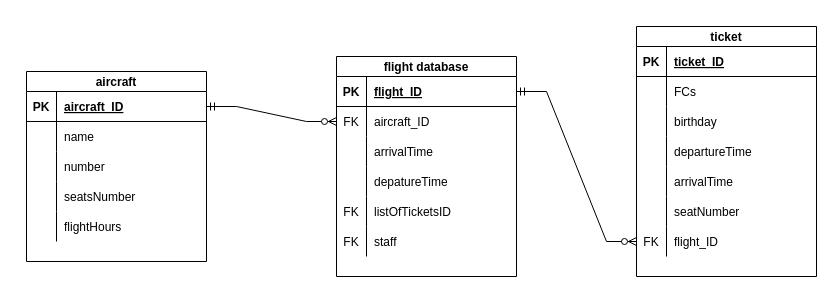
This is ERRR.drawio from 1DeMeNToR1/RocketModUpdater_32, a draw.io file, before an edit. Source tidied: cells renumbered, new cells numbered last; positions are measured from the earlier drawing's top-left corner, leaving out a move shared by most shapes. Both pictures are drawn from the tidied source at 100%, with x=0, y=0 at pixel (26, 26).
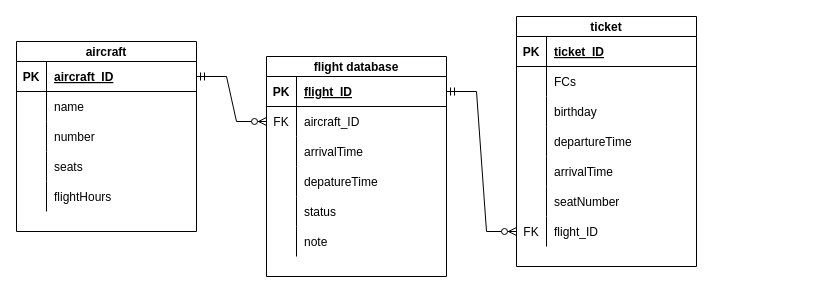
After the change.

Unchanged cells that the change refers to:
```xml
<mxCell id="12" style="shape=tableRow;horizontal=0;startSize=0;swimlaneHead=0;swimlaneBody=0;fillColor=none;top=0;left=0;right=0;bottom=0;" parent="2" vertex="1">
  <mxGeometry y="110" width="180" height="30" as="geometry" />
</mxCell>
<mxCell id="53" style="shape=tableRow;horizontal=0;startSize=0;swimlaneHead=0;swimlaneBody=0;fillColor=none;top=0;left=0;right=0;bottom=0;" parent="40" vertex="1">
  <mxGeometry y="140" width="180" height="30" as="geometry" />
</mxCell>
<mxCell id="56" style="shape=tableRow;horizontal=0;startSize=0;swimlaneHead=0;swimlaneBody=0;fillColor=none;top=0;left=0;right=0;bottom=0;" parent="40" vertex="1">
  <mxGeometry y="170" width="180" height="30" as="geometry" />
</mxCell>
```

Diff of the diagram source:
```diff
@@
     <mxCell id="2" value="aircraft" style="shape=table;startSize=20;childLayout=tableLayout;rowLines=0;fontStyle=1;align=center;" parent="1" vertex="1">
-      <mxGeometry y="45" width="180" height="190" as="geometry" />
+      <mxGeometry x="-10" y="15" width="180" height="190" as="geometry" />
     </mxCell>
@@
-    <mxCell id="14" value="seatsNumber" style="shape=partialRectangle;fillColor=none;top=0;left=0;bottom=0;right=0;align=left;spacingLeft=6;overflow=hidden;" parent="12" vertex="1">
+    <mxCell id="14" value="seats" style="shape=partialRectangle;fillColor=none;top=0;left=0;bottom=0;right=0;align=left;spacingLeft=6;overflow=hidden;" parent="12" vertex="1">
       <mxGeometry x="30" width="150" height="30" as="geometry" />
     </mxCell>
@@
     <mxCell id="18" value="ticket" style="shape=table;startSize=20;childLayout=tableLayout;rowLines=0;fontStyle=1;align=center;" parent="1" vertex="1">
-      <mxGeometry x="610" width="180" height="250" as="geometry" />
+      <mxGeometry x="490" y="-10" width="180" height="250" as="geometry" />
     </mxCell>
@@
     <mxCell id="40" value="flight database" style="shape=table;startSize=20;childLayout=tableLayout;rowLines=0;fontStyle=1;align=center;" parent="1" vertex="1">
-      <mxGeometry x="310" y="30" width="180" height="220" as="geometry" />
+      <mxGeometry x="240" y="30" width="180" height="220" as="geometry" />
     </mxCell>
@@
-    <mxCell id="54" value="FK" style="shape=partialRectangle;fillColor=none;top=0;left=0;bottom=0;right=0;overflow=hidden;" parent="53" vertex="1">
-      <mxGeometry width="30" height="30" as="geometry" />
-    </mxCell>
-    <mxCell id="55" value="listOfTicketsID" style="shape=partialRectangle;fillColor=none;top=0;left=0;bottom=0;right=0;align=left;spacingLeft=6;overflow=hidden;" parent="53" vertex="1">
-      <mxGeometry x="30" width="150" height="30" as="geometry" />
-    </mxCell>
+    <mxCell id="61" style="shape=partialRectangle;fillColor=none;top=0;left=0;bottom=0;right=0;overflow=hidden;" parent="53" vertex="1">
+      <mxGeometry width="30" height="30" as="geometry" />
+    </mxCell>
+    <mxCell id="62" value="status" style="shape=partialRectangle;fillColor=none;top=0;left=0;bottom=0;right=0;align=left;spacingLeft=6;overflow=hidden;" parent="53" vertex="1">
+      <mxGeometry x="30" width="150" height="30" as="geometry" />
+    </mxCell>
@@
-    <mxCell id="57" value="FK" style="shape=partialRectangle;fillColor=none;top=0;left=0;bottom=0;right=0;overflow=hidden;" parent="56" vertex="1">
-      <mxGeometry width="30" height="30" as="geometry" />
-    </mxCell>
-    <mxCell id="58" value="staff" style="shape=partialRectangle;fillColor=none;top=0;left=0;bottom=0;right=0;align=left;spacingLeft=6;overflow=hidden;" parent="56" vertex="1">
-      <mxGeometry x="30" width="150" height="30" as="geometry" />
-    </mxCell>
+    <mxCell id="63" style="shape=partialRectangle;fillColor=none;top=0;left=0;bottom=0;right=0;overflow=hidden;" parent="56" vertex="1">
+      <mxGeometry width="30" height="30" as="geometry" />
+    </mxCell>
+    <mxCell id="64" value="note" style="shape=partialRectangle;fillColor=none;top=0;left=0;bottom=0;right=0;align=left;spacingLeft=6;overflow=hidden;" parent="56" vertex="1">
+      <mxGeometry x="30" width="150" height="30" as="geometry" />
+    </mxCell>
```
